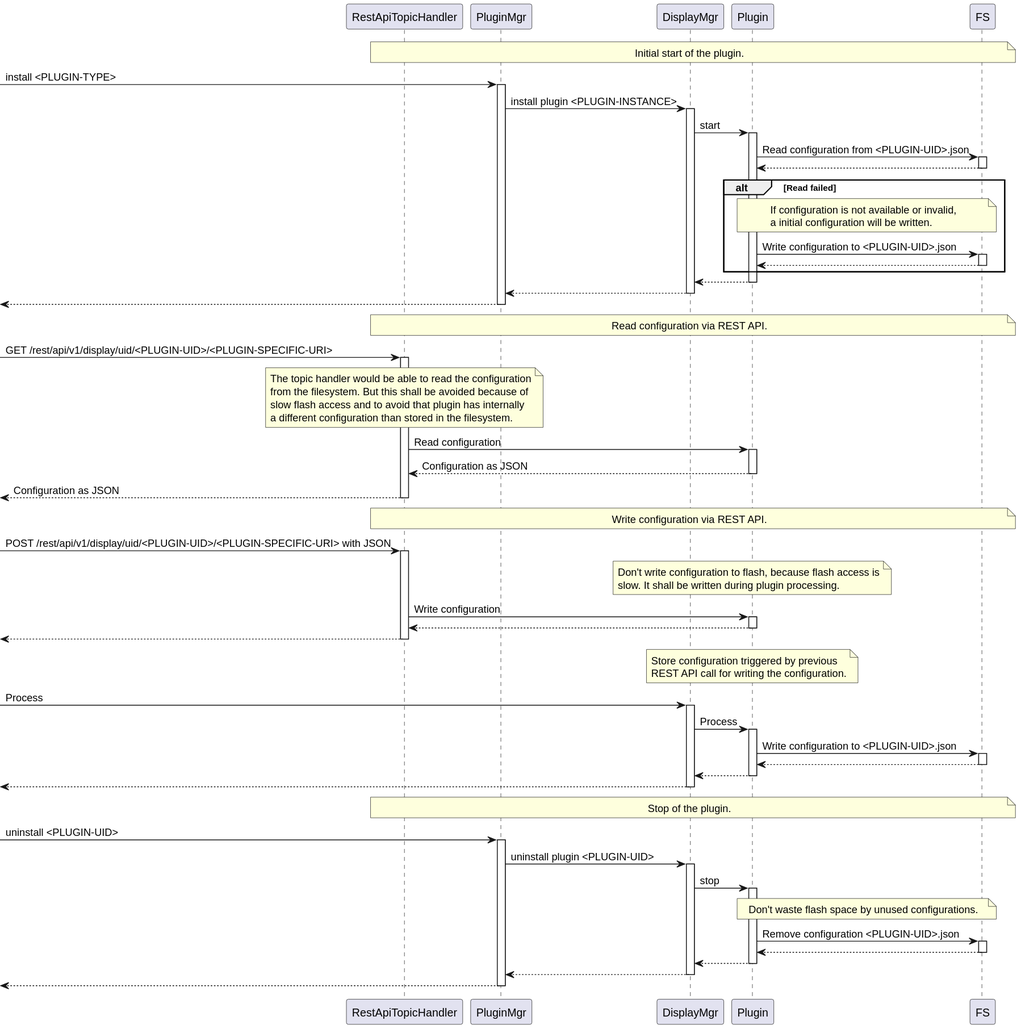
Earlier version of the PlantUML export doc/architecture/svg/plugin_cfg_handling.svg (BlueAndi/Pixelix).
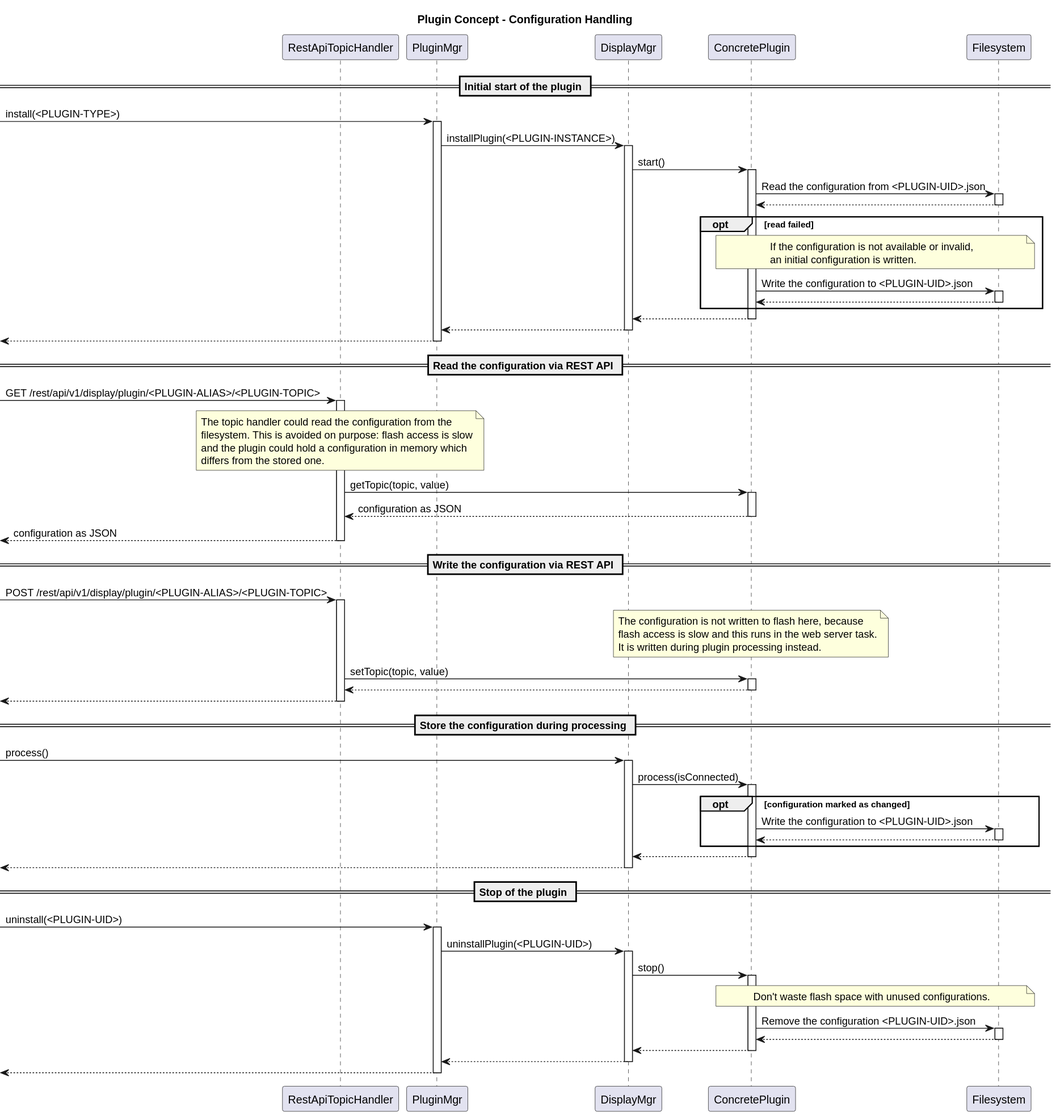
Later version of the same file.

The edit, as a diff of the source:
```diff
@@ -1,88 +1,83 @@
 @startuml
+title Plugin Concept - Configuration Handling
+
+
 participant "RestApiTopicHandler" as restApiTopicHandler
 participant "PluginMgr" as pluginMgr
 participant "DisplayMgr" as displayMgr
-participant "Plugin" as plugin
-participant "FS" as fs
+participant "ConcretePlugin" as plugin
+participant "Filesystem" as fs
 
 autoactivate on
 
-note over restApiTopicHandler,fs
-    Initial start of the plugin.
-end note
+== Initial start of the plugin ==
 
--> pluginMgr: install <PLUGIN-TYPE>
-    pluginMgr -> displayMgr: install plugin <PLUGIN-INSTANCE>
-        displayMgr -> plugin : start
-            plugin ->  fs: Read configuration from <PLUGIN-UID>.json
+-> pluginMgr: install(<PLUGIN-TYPE>)
+    pluginMgr -> displayMgr: installPlugin(<PLUGIN-INSTANCE>)
+        displayMgr -> plugin: start()
+            plugin -> fs: Read the configuration from <PLUGIN-UID>.json
             plugin <-- fs
 
-            alt Read failed
-                note over plugin,fs
-                    If configuration is not available or invalid,
-                    a initial configuration will be written.
+            opt read failed
+                note over plugin, fs
+                    If the configuration is not available or invalid,
+                    an initial configuration is written.
                 end note
-                plugin -> fs: Write configuration to <PLUGIN-UID>.json
+                plugin -> fs: Write the configuration to <PLUGIN-UID>.json
                 plugin <-- fs
-            end alt
+            end opt
 
-        displayMgr <--plugin
+        displayMgr <-- plugin
     pluginMgr <-- displayMgr
 <-- pluginMgr
 
-note over restApiTopicHandler,fs
-    Read configuration via REST API.
-end note
+== Read the configuration via REST API ==
 
--> restApiTopicHandler: GET /rest/api/v1/display/uid/<PLUGIN-UID>/<PLUGIN-SPECIFIC-URI>
+-> restApiTopicHandler: GET /rest/api/v1/display/plugin/<PLUGIN-ALIAS>/<PLUGIN-TOPIC>
     note over restApiTopicHandler
-        The topic handler would be able to read the configuration
-        from the filesystem. But this shall be avoided because of
-        slow flash access and to avoid that plugin has internally
-        a different configuration than stored in the filesystem.
+        The topic handler could read the configuration from the
+        filesystem. This is avoided on purpose: flash access is slow
+        and the plugin could hold a configuration in memory which
+        differs from the stored one.
     end note
-    restApiTopicHandler -> plugin: Read configuration
-    restApiTopicHandler <-- plugin: Configuration as JSON
-<-- restApiTopicHandler: Configuration as JSON
+    restApiTopicHandler -> plugin: getTopic(topic, value)
+    restApiTopicHandler <-- plugin: configuration as JSON
+<-- restApiTopicHandler: configuration as JSON
 
-note over restApiTopicHandler,fs
-    Write configuration via REST API.
-end note
+== Write the configuration via REST API ==
 
--> restApiTopicHandler: POST /rest/api/v1/display/uid/<PLUGIN-UID>/<PLUGIN-SPECIFIC-URI> with JSON
+-> restApiTopicHandler: POST /rest/api/v1/display/plugin/<PLUGIN-ALIAS>/<PLUGIN-TOPIC>
     note over plugin
-        Don't write configuration to flash, because flash access is
-        slow. It shall be written during plugin processing.
+        The configuration is not written to flash here, because
+        flash access is slow and this runs in the web server task.
+        It is written during plugin processing instead.
     end note
-    restApiTopicHandler -> plugin: Write configuration
+    restApiTopicHandler -> plugin: setTopic(topic, value)
     restApiTopicHandler <-- plugin
 <-- restApiTopicHandler
 
-note over plugin
-    Store configuration triggered by previous
-    REST API call for writing the configuration.
-end note
+== Store the configuration during processing ==
 
--> displayMgr: Process
-    displayMgr -> plugin: Process
-        plugin -> fs: Write configuration to <PLUGIN-UID>.json
-        plugin <-- fs
+-> displayMgr: process()
+    displayMgr -> plugin: process(isConnected)
+        opt configuration marked as changed
+            plugin -> fs: Write the configuration to <PLUGIN-UID>.json
+            plugin <-- fs
+        end opt
     displayMgr <-- plugin
 <-- displayMgr
 
-note over restApiTopicHandler,fs
-    Stop of the plugin.
-end note
+== Stop of the plugin ==
 
--> pluginMgr: uninstall <PLUGIN-UID>
-    pluginMgr -> displayMgr: uninstall plugin <PLUGIN-UID>
-        displayMgr -> plugin : stop
-            note over plugin,fs
-                Don't waste flash space by unused configurations.
+-> pluginMgr: uninstall(<PLUGIN-UID>)
+    pluginMgr -> displayMgr: uninstallPlugin(<PLUGIN-UID>)
+        displayMgr -> plugin: stop()
+            note over plugin, fs
+                Don't waste flash space with unused configurations.
             end note
-            plugin ->  fs: Remove configuration <PLUGIN-UID>.json
+            plugin -> fs: Remove the configuration <PLUGIN-UID>.json
             plugin <-- fs
-        displayMgr <--plugin
+        displayMgr <-- plugin
     pluginMgr <-- displayMgr
 <-- pluginMgr
 @enduml
```
